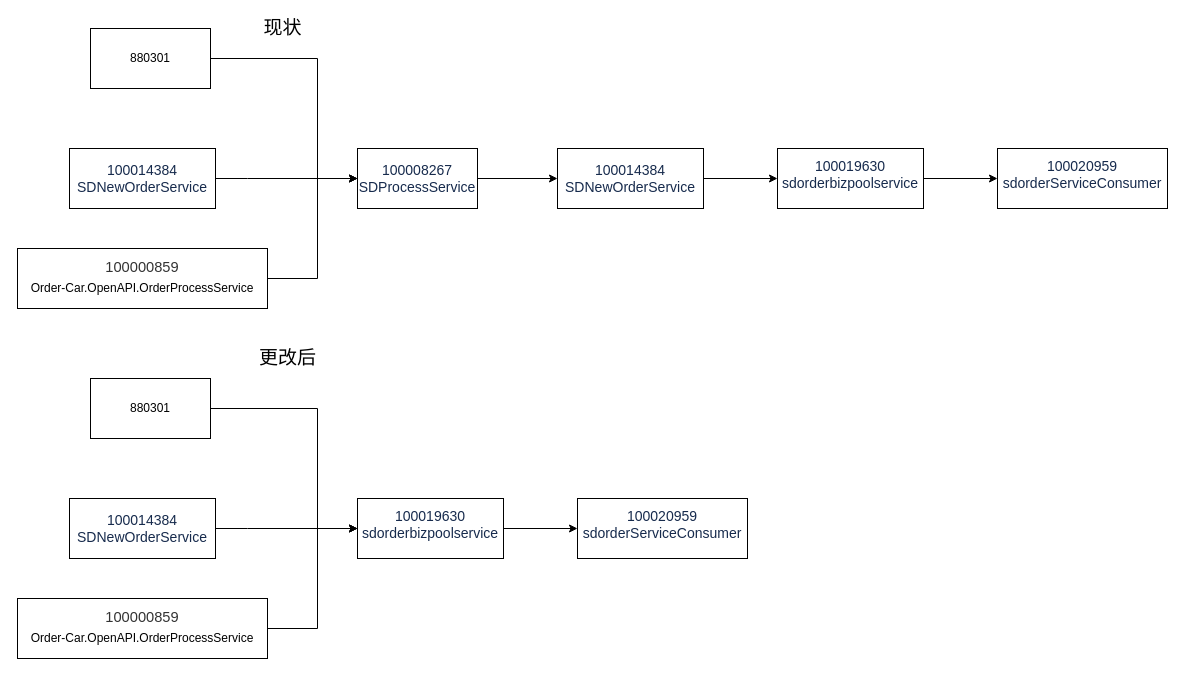
Above: page "第 8 页" (8 of 8) of ctrip.drawio in Echidnaaa/draw (draw.io), before the change. Source tidied: cells renumbered, new cells numbered last; positions are measured from the earlier drawing's top-left corner, leaving out a move shared by most shapes. Both pictures are drawn from the tidied source at 100%, with x=0, y=0 at pixel (17, 18).
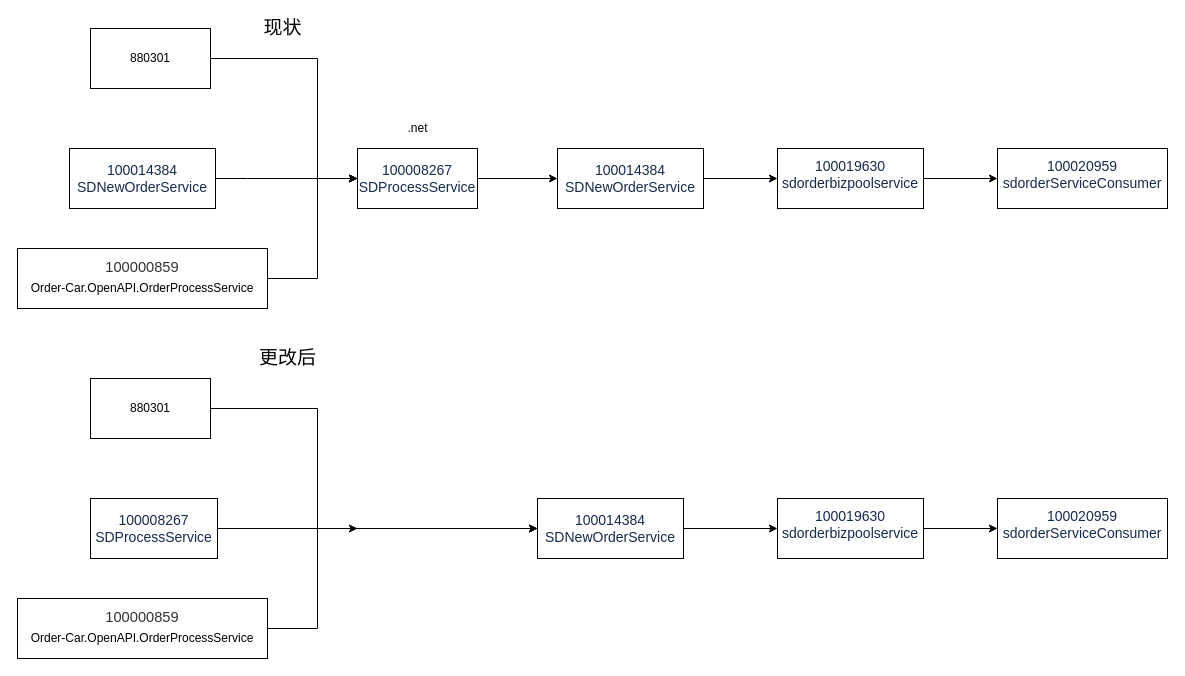
The same diagram, later.

Unchanged cells that the change refers to:
```xml
<mxCell id="25" value="&lt;div class=&quot;document&quot;&gt;&lt;p class=&quot;paragraph text-align-type-left pap-line-1.3 pap-line-rule-auto pap-spacing-before-3pt pap-spacing-after-3pt&quot; style=&quot;line-height: 130% ; margin-top: 4px ; margin-bottom: 4px&quot;&gt;&lt;span style=&quot;font-size: 11pt ; font-family: , &amp;#34;helvetica neue&amp;#34; , &amp;#34;helvetica&amp;#34; , &amp;#34;pingfang sc&amp;#34; , &amp;#34;microsoft yahei&amp;#34; , &amp;#34;source han sans sc&amp;#34; , &amp;#34;noto sans cjk sc&amp;#34; , &amp;#34;wenquanyi micro hei&amp;#34; , sans-serif ; color: rgb(51 , 51 , 51) ; background: transparent ; letter-spacing: 0pt ; vertical-align: baseline&quot;&gt;100000859&lt;/span&gt;&lt;/p&gt;&lt;p class=&quot;paragraph text-align-type-left pap-line-1.3 pap-line-rule-auto pap-spacing-before-3pt pap-spacing-after-3pt&quot; style=&quot;text-align: left ; line-height: 130% ; margin-top: 4px ; margin-bottom: 4px&quot;&gt;&lt;span style=&quot;background-color: rgb(255 , 255 , 255)&quot;&gt;Order-Car.OpenAPI.OrderProcessService&lt;/span&gt;&lt;/p&gt;&lt;/div&gt;" style="rounded=0;whiteSpace=wrap;html=1;" parent="1" vertex="1">
  <mxGeometry y="580" width="250" height="60" as="geometry" />
</mxCell>
```

Diff of the diagram source:
```diff
@@
     <mxCell id="18" value="&lt;span style=&quot;color: rgb(23 , 43 , 77) ; font-family: , &amp;#34;blinkmacsystemfont&amp;#34; , &amp;#34;segoe ui&amp;#34; , &amp;#34;roboto&amp;#34; , &amp;#34;oxygen&amp;#34; , &amp;#34;ubuntu&amp;#34; , &amp;#34;fira sans&amp;#34; , &amp;#34;droid sans&amp;#34; , &amp;#34;helvetica neue&amp;#34; , sans-serif ; font-size: 14px ; text-align: left ; background-color: rgb(255 , 255 , 255)&quot;&gt;100019630&lt;br&gt;&lt;/span&gt;&lt;h5 class=&quot;ng-binding&quot; style=&quot;box-sizing: border-box ; font-family: &amp;#34;microsoft yahei&amp;#34; , &amp;#34;arial&amp;#34; , &amp;#34;helvetica&amp;#34; , sans-serif ; line-height: 1.1 ; color: rgb(103 , 106 , 108) ; margin: 0px 0px 7px ; font-size: 14px ; display: inline-block ; padding: 0px ; text-overflow: ellipsis ; text-align: right ; background-color: rgb(255 , 255 , 255)&quot;&gt;&lt;br&gt;&lt;/h5&gt;&lt;span style=&quot;color: rgb(23 , 43 , 77) ; font-family: , &amp;#34;blinkmacsystemfont&amp;#34; , &amp;#34;segoe ui&amp;#34; , &amp;#34;roboto&amp;#34; , &amp;#34;oxygen&amp;#34; , &amp;#34;ubuntu&amp;#34; , &amp;#34;fira sans&amp;#34; , &amp;#34;droid sans&amp;#34; , &amp;#34;helvetica neue&amp;#34; , sans-serif ; font-size: 14px ; text-align: left ; background-color: rgb(255 , 255 , 255)&quot;&gt;sdorderbizpoolservice&lt;br&gt;&lt;/span&gt;" style="rounded=0;whiteSpace=wrap;html=1;" parent="1" vertex="1">
-      <mxGeometry x="340" y="480" width="146" height="60" as="geometry" />
+      <mxGeometry x="760" y="480" width="146" height="60" as="geometry" />
     </mxCell>
     <mxCell id="19" value="&lt;span style=&quot;color: rgb(23 , 43 , 77) ; font-family: , &amp;#34;blinkmacsystemfont&amp;#34; , &amp;#34;segoe ui&amp;#34; , &amp;#34;roboto&amp;#34; , &amp;#34;oxygen&amp;#34; , &amp;#34;ubuntu&amp;#34; , &amp;#34;fira sans&amp;#34; , &amp;#34;droid sans&amp;#34; , &amp;#34;helvetica neue&amp;#34; , sans-serif ; font-size: 14px ; text-align: left ; background-color: rgb(255 , 255 , 255)&quot;&gt;100020959&lt;br&gt;&lt;/span&gt;&lt;h5 class=&quot;ng-binding&quot; style=&quot;box-sizing: border-box ; font-family: &amp;#34;microsoft yahei&amp;#34; , &amp;#34;arial&amp;#34; , &amp;#34;helvetica&amp;#34; , sans-serif ; line-height: 1.1 ; color: rgb(103 , 106 , 108) ; margin: 0px 0px 7px ; font-size: 14px ; display: inline-block ; padding: 0px ; text-overflow: ellipsis ; text-align: right ; background-color: rgb(255 , 255 , 255)&quot;&gt;&lt;br&gt;&lt;/h5&gt;&lt;span style=&quot;color: rgb(23 , 43 , 77) ; font-family: , &amp;#34;blinkmacsystemfont&amp;#34; , &amp;#34;segoe ui&amp;#34; , &amp;#34;roboto&amp;#34; , &amp;#34;oxygen&amp;#34; , &amp;#34;ubuntu&amp;#34; , &amp;#34;fira sans&amp;#34; , &amp;#34;droid sans&amp;#34; , &amp;#34;helvetica neue&amp;#34; , sans-serif ; font-size: 14px ; text-align: left ; background-color: rgb(255 , 255 , 255)&quot;&gt;sdorderServiceConsumer&lt;br&gt;&lt;/span&gt;" style="rounded=0;whiteSpace=wrap;html=1;" parent="1" vertex="1">
-      <mxGeometry x="560" y="480" width="170" height="60" as="geometry" />
+      <mxGeometry x="980" y="480" width="170" height="60" as="geometry" />
     </mxCell>
@@
-    <mxCell id="22" style="edgeStyle=orthogonalEdgeStyle;rounded=0;jettySize=auto;html=1;entryX=0;entryY=0.5;entryDx=0;entryDy=0;" parent="1" edge="1" source="23">
-      <mxGeometry relative="1" as="geometry">
-        <mxPoint x="340" y="510" as="targetPoint" />
-        <Array as="points">
-          <mxPoint x="230" y="510" />
-          <mxPoint x="230" y="510" />
-        </Array>
-      </mxGeometry>
-    </mxCell>
-    <mxCell id="23" value="&lt;span style=&quot;color: rgb(23 , 43 , 77) ; font-family: , &amp;#34;blinkmacsystemfont&amp;#34; , &amp;#34;segoe ui&amp;#34; , &amp;#34;roboto&amp;#34; , &amp;#34;oxygen&amp;#34; , &amp;#34;ubuntu&amp;#34; , &amp;#34;fira sans&amp;#34; , &amp;#34;droid sans&amp;#34; , &amp;#34;helvetica neue&amp;#34; , sans-serif ; font-size: 14px ; text-align: left ; background-color: rgb(255 , 255 , 255)&quot;&gt;100014384&lt;br&gt;SDNewOrderService&lt;br&gt;&lt;/span&gt;" style="rounded=0;whiteSpace=wrap;html=1;" parent="1" vertex="1">
-      <mxGeometry x="52" y="480" width="146" height="60" as="geometry" />
-    </mxCell>
-    <mxCell id="24" style="edgeStyle=orthogonalEdgeStyle;rounded=0;jettySize=auto;html=1;entryX=0;entryY=0.5;entryDx=0;entryDy=0;" parent="1" edge="1" source="25">
+    <mxCell id="24" style="edgeStyle=orthogonalEdgeStyle;rounded=0;jettySize=auto;html=1;entryX=0;entryY=0.5;entryDx=0;entryDy=0;" parent="1" edge="1" source="25" target="23">
       <mxGeometry relative="1" as="geometry">
-        <mxPoint x="340" y="510" as="targetPoint" />
         <Array as="points">
           <mxPoint x="300" y="610" />
           <mxPoint x="300" y="510" />
         </Array>
       </mxGeometry>
     </mxCell>
@@
+    <mxCell id="26" style="edgeStyle=orthogonalEdgeStyle;rounded=0;jettySize=auto;html=1;entryX=0;entryY=0.5;entryDx=0;entryDy=0;" parent="1" edge="1" source="23" target="18">
+      <mxGeometry relative="1" as="geometry" />
+    </mxCell>
+    <mxCell id="23" value="&lt;span style=&quot;color: rgb(23 , 43 , 77) ; font-family: , &amp;#34;blinkmacsystemfont&amp;#34; , &amp;#34;segoe ui&amp;#34; , &amp;#34;roboto&amp;#34; , &amp;#34;oxygen&amp;#34; , &amp;#34;ubuntu&amp;#34; , &amp;#34;fira sans&amp;#34; , &amp;#34;droid sans&amp;#34; , &amp;#34;helvetica neue&amp;#34; , sans-serif ; font-size: 14px ; text-align: left ; background-color: rgb(255 , 255 , 255)&quot;&gt;100014384&lt;br&gt;SDNewOrderService&lt;br&gt;&lt;/span&gt;" style="rounded=0;whiteSpace=wrap;html=1;" parent="1" vertex="1">
+      <mxGeometry x="520" y="480" width="146" height="60" as="geometry" />
+    </mxCell>
+    <mxCell id="27" style="edgeStyle=orthogonalEdgeStyle;rounded=0;jettySize=auto;html=1;entryX=0;entryY=0.5;entryDx=0;entryDy=0;" parent="1" edge="1" source="28" target="23">
+      <mxGeometry relative="1" as="geometry" />
+    </mxCell>
+    <mxCell id="28" value="&lt;span style=&quot;color: rgb(23 , 43 , 77) ; font-family: , &amp;#34;blinkmacsystemfont&amp;#34; , &amp;#34;segoe ui&amp;#34; , &amp;#34;roboto&amp;#34; , &amp;#34;oxygen&amp;#34; , &amp;#34;ubuntu&amp;#34; , &amp;#34;fira sans&amp;#34; , &amp;#34;droid sans&amp;#34; , &amp;#34;helvetica neue&amp;#34; , sans-serif ; font-size: 14px ; text-align: left ; background-color: rgb(255 , 255 , 255)&quot;&gt;100008267&lt;br&gt;SDProcessService&lt;br&gt;&lt;/span&gt;" style="rounded=0;whiteSpace=wrap;html=1;" parent="1" vertex="1">
+      <mxGeometry x="73" y="480" width="127" height="60" as="geometry" />
+    </mxCell>
+    <mxCell id="29" value=".net" style="text;html=1;align=center;verticalAlign=middle;strokeColor=none;" parent="1" vertex="1">
+      <mxGeometry x="380" y="100" width="40" height="20" as="geometry" />
+    </mxCell>
```
